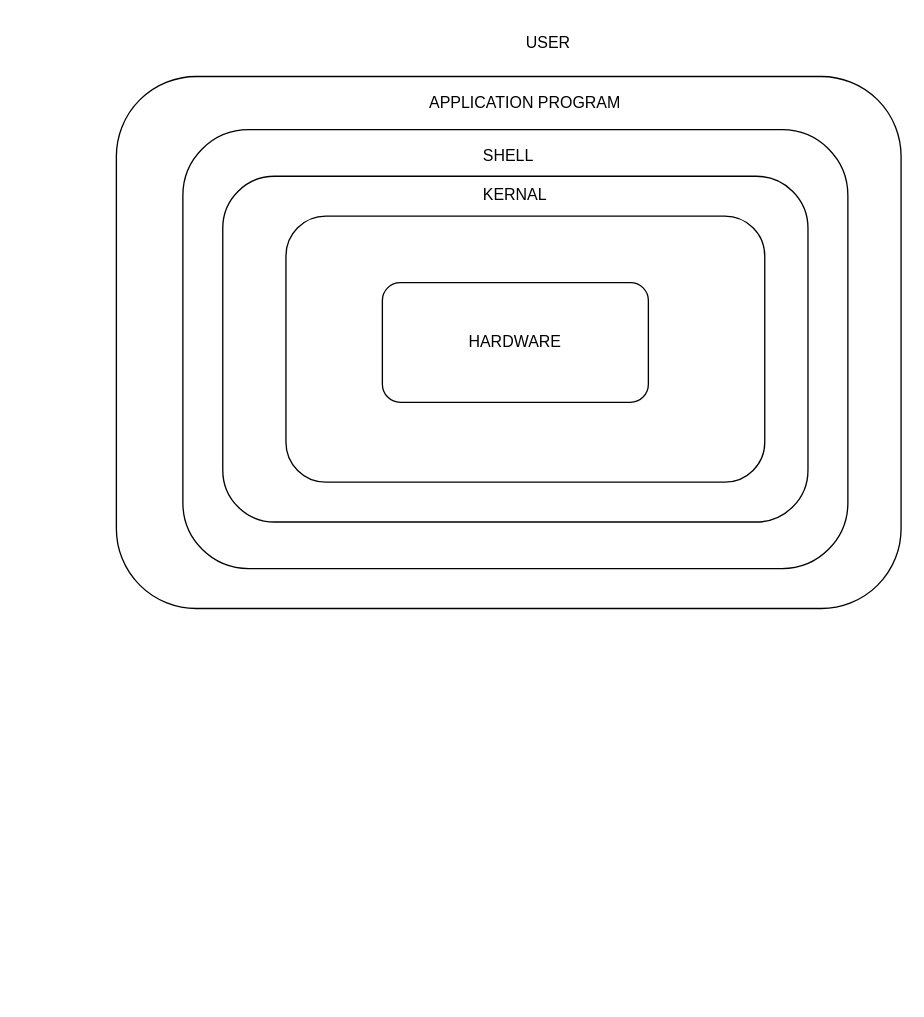
Earlier version of the draw.io diagram unix@architecture.drawio (ashisnishanka/DEVOPS-DEMO). Source tidied: cells renumbered, new cells numbered last; positions are measured from the earlier drawing's top-left corner, leaving out a move shared by most shapes. Both pictures are drawn from the tidied source at 133%, with x=0, y=0 at pixel (116, 23).
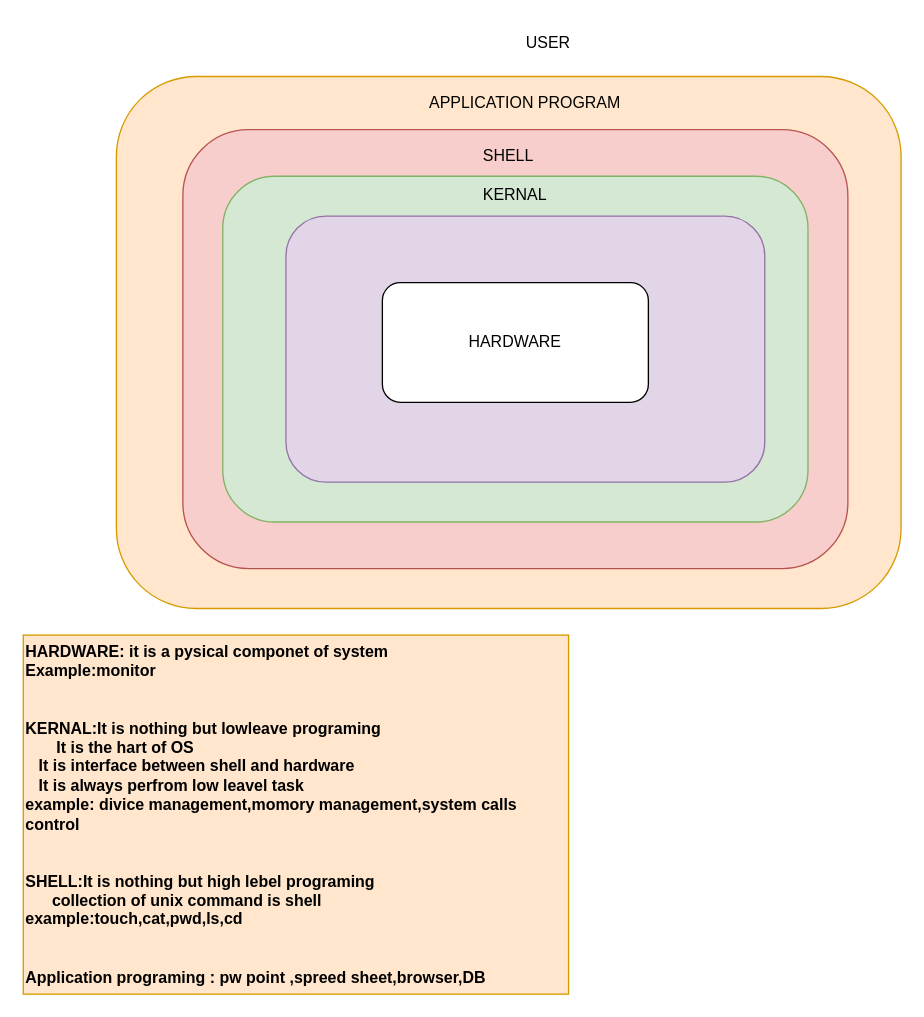
The same page after the edit.

Change to the diagram source:
```diff
@@
 <mxGraphModel>
   <root>
     <mxCell id="0" />
     <mxCell id="1" parent="0" />
+    <mxCell id="11" value="HARDWARE: it is a pysical componet of system&amp;nbsp;&#10;Example:monitor&amp;nbsp;&#10;&#10;&#10;KERNAL:It is nothing but lowleave programing&amp;nbsp;&#10;&amp;nbsp; &amp;nbsp; &amp;nbsp; &amp;nbsp;It is the hart of OS&amp;nbsp;&#10; &amp;nbsp; &amp;nbsp;It is interface between shell and hardware&#10; &amp;nbsp; &amp;nbsp;It is always perfrom low leavel task&#10;example: divice management,momory management,system calls control&amp;nbsp;&#10;&#10;&#10;SHELL:It is nothing but high lebel programing&amp;nbsp;&#10;&amp;nbsp; &amp;nbsp; &amp;nbsp; collection of unix command is shell&#10;example:touch,cat,pwd,ls,cd&amp;nbsp;&#10;&#10;&#10;Application programing : pw point ,spreed sheet,browser,DB" style="rounded=0;whiteSpace=wrap;html=1;fillColor=#ffe6cc;strokeColor=#d79b00;fontStyle=1;align=left;" parent="1" vertex="1">
+      <mxGeometry x="-70" y="460" width="410" height="270" as="geometry" />
+    </mxCell>
-    <mxCell id="2" style="rounded=1;whiteSpace=wrap;html=1;" parent="1" vertex="1">
+    <mxCell id="2" style="rounded=1;whiteSpace=wrap;html=1;fillColor=#ffe6cc;strokeColor=#d79b00;" parent="1" vertex="1">
       <mxGeometry y="40" width="590" height="400" as="geometry" />
     </mxCell>
     <mxCell id="3" value="USER" style="text;html=1;strokeColor=none;fillColor=none;align=center;verticalAlign=middle;whiteSpace=wrap;rounded=0;" parent="1" vertex="1">
       <mxGeometry x="240" width="170" height="30" as="geometry" />
     </mxCell>
-    <mxCell id="4" style="rounded=1;whiteSpace=wrap;html=1;" parent="1" vertex="1">
+    <mxCell id="4" style="rounded=1;whiteSpace=wrap;html=1;fillColor=#f8cecc;strokeColor=#b85450;" parent="1" vertex="1">
       <mxGeometry x="50" y="80" width="500" height="330" as="geometry" />
     </mxCell>
     <mxCell id="5" value="APPLICATION PROGRAM" style="text;html=1;strokeColor=none;fillColor=none;align=center;verticalAlign=middle;whiteSpace=wrap;rounded=0;" parent="1" vertex="1">
       <mxGeometry x="210" y="50" width="195" height="20" as="geometry" />
     </mxCell>
-    <mxCell id="6" style="rounded=1;whiteSpace=wrap;html=1;" parent="1" vertex="1">
+    <mxCell id="6" style="rounded=1;whiteSpace=wrap;html=1;fillColor=#d5e8d4;strokeColor=#82b366;" parent="1" vertex="1">
       <mxGeometry x="80" y="115" width="440" height="260" as="geometry" />
     </mxCell>
     <mxCell id="7" value="SHELL" style="text;html=1;strokeColor=none;fillColor=none;align=center;verticalAlign=middle;whiteSpace=wrap;rounded=0;" parent="1" vertex="1">
       <mxGeometry x="195" y="90" width="200" height="20" as="geometry" />
     </mxCell>
-    <mxCell id="8" style="rounded=1;whiteSpace=wrap;html=1;" parent="1" vertex="1">
+    <mxCell id="8" style="rounded=1;whiteSpace=wrap;html=1;fillColor=#e1d5e7;strokeColor=#9673a6;" parent="1" vertex="1">
       <mxGeometry x="127.5" y="145" width="360" height="200" as="geometry" />
     </mxCell>
     <mxCell id="9" value="KERNAL" style="text;html=1;strokeColor=none;fillColor=none;align=center;verticalAlign=middle;whiteSpace=wrap;rounded=0;" parent="1" vertex="1">
       <mxGeometry x="280" y="119" width="40" height="20" as="geometry" />
     </mxCell>
     <mxCell id="10" value="HARDWARE" style="rounded=1;whiteSpace=wrap;html=1;" parent="1" vertex="1">
       <mxGeometry x="200" y="195" width="200" height="90" as="geometry" />
     </mxCell>
   </root>
 </mxGraphModel>
```
